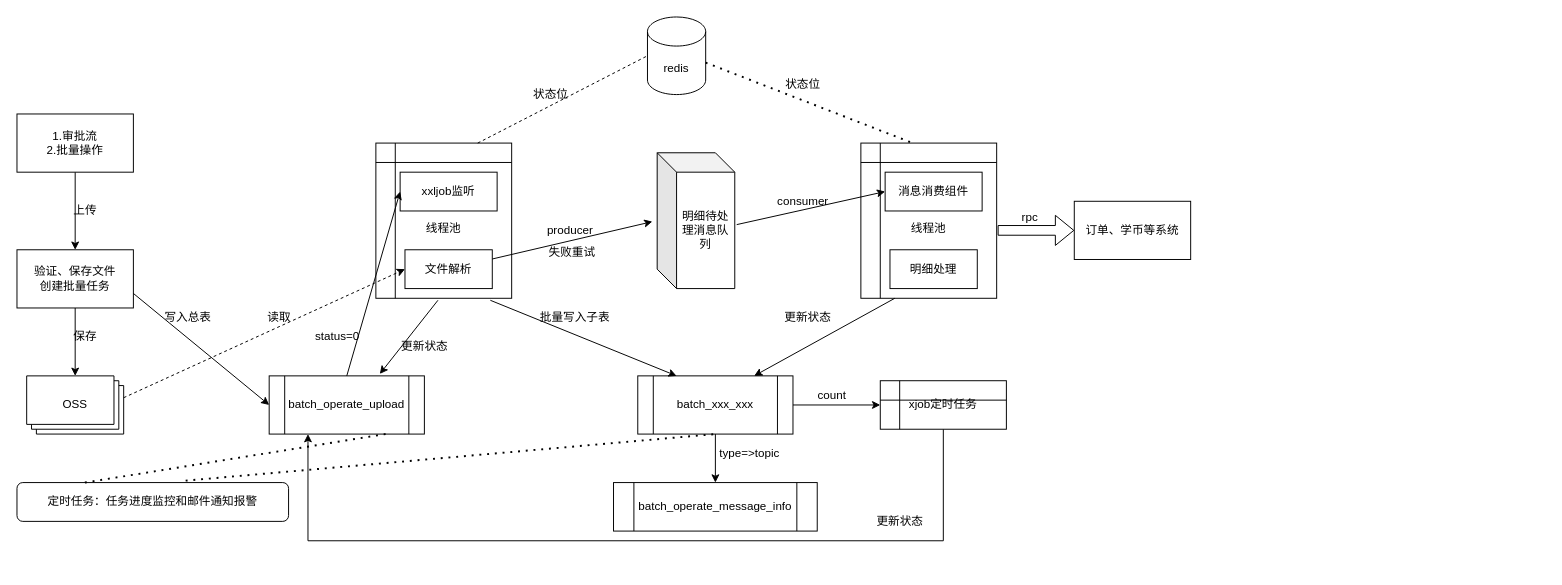
mirai3zZ/mojito keeps this draw.io diagram as batch_operate_upload.drawio. Above is the earlier version. Source tidied: cells renumbered, new cells numbered last; positions are measured from the earlier drawing's top-left corner, leaving out a move shared by most shapes. Both pictures are drawn from the tidied source at 97%, with x=0, y=0 at pixel (16, 16).
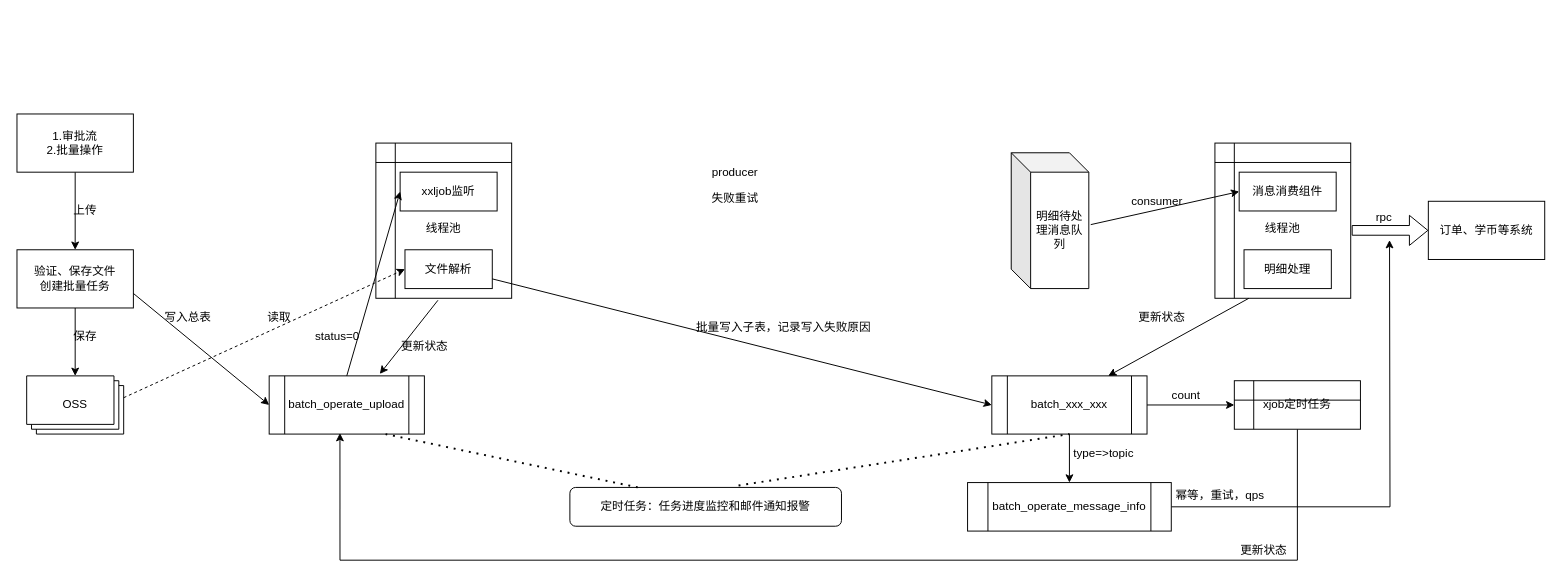
The same diagram, later.

Unchanged cells that the change refers to:
```xml
<mxCell id="9" value="batch_operate_upload" style="shape=process;whiteSpace=wrap;html=1;backgroundOutline=1;" parent="1" vertex="1">
  <mxGeometry x="260" y="370" width="160" height="60" as="geometry" />
</mxCell>
<mxCell id="10" value="&lt;br&gt;线程池&lt;br&gt;" style="shape=internalStorage;whiteSpace=wrap;html=1;backgroundOutline=1;" parent="1" vertex="1">
  <mxGeometry x="370" y="130" width="140" height="160" as="geometry" />
</mxCell>
<mxCell id="13" value="文件解析" style="rounded=0;whiteSpace=wrap;html=1;" parent="1" vertex="1">
  <mxGeometry x="400" y="240" width="90" height="40" as="geometry" />
</mxCell>
```

The edit, as a diff of the source:
```diff
@@
     <mxCell id="21" value="明细待处理消息队列" style="shape=cube;whiteSpace=wrap;html=1;boundedLbl=1;backgroundOutline=1;darkOpacity=0.05;darkOpacity2=0.1;" parent="1" vertex="1">
-      <mxGeometry x="660" y="140" width="80" height="140" as="geometry" />
+      <mxGeometry x="1025" y="140" width="80" height="140" as="geometry" />
     </mxCell>
-    <mxCell id="22" value="redis" style="shape=cylinder3;whiteSpace=wrap;html=1;boundedLbl=1;backgroundOutline=1;size=15;" parent="1" vertex="1">
-      <mxGeometry x="650" width="60" height="80" as="geometry" />
-    </mxCell>
-    <mxCell id="23" style="endArrow=classic;html=1;entryX=-0.062;entryY=0.507;entryDx=0;entryDy=0;entryPerimeter=0;" parent="1" edge="1" source="13" target="21">
-      <mxGeometry relative="1" as="geometry" />
-    </mxCell>
     <mxCell id="24" value="producer" style="text;html=1;align=center;verticalAlign=middle;" parent="1" vertex="1">
-      <mxGeometry x="540" y="210" width="60" height="20" as="geometry" />
+      <mxGeometry x="710" y="150" width="60" height="20" as="geometry" />
     </mxCell>
-    <mxCell id="25" style="endArrow=none;dashed=1;html=1;exitX=0.75;exitY=0;exitDx=0;exitDy=0;entryX=0;entryY=0.5;entryDx=0;entryDy=0;entryPerimeter=0;" parent="1" edge="1" source="10" target="22">
-      <mxGeometry relative="1" as="geometry" />
-    </mxCell>
     <mxCell id="26" value="&lt;br&gt;线程池&lt;br&gt;" style="shape=internalStorage;whiteSpace=wrap;html=1;backgroundOutline=1;" parent="1" vertex="1">
-      <mxGeometry x="870" y="130" width="140" height="160" as="geometry" />
+      <mxGeometry x="1235" y="130" width="140" height="160" as="geometry" />
     </mxCell>
     <mxCell id="27" value="&lt;span&gt;消息消费组件&lt;/span&gt;" style="rounded=0;whiteSpace=wrap;html=1;" parent="1" vertex="1">
-      <mxGeometry x="895" y="160" width="100" height="40" as="geometry" />
+      <mxGeometry x="1260" y="160" width="100" height="40" as="geometry" />
     </mxCell>
     <mxCell id="28" value="明细处理" style="rounded=0;whiteSpace=wrap;html=1;" parent="1" vertex="1">
-      <mxGeometry x="900" y="240" width="90" height="40" as="geometry" />
+      <mxGeometry x="1265" y="240" width="90" height="40" as="geometry" />
     </mxCell>
-    <mxCell id="29" style="endArrow=none;dashed=1;html=1;dashPattern=1 3;strokeWidth=2;exitX=1;exitY=0.588;exitDx=0;exitDy=0;exitPerimeter=0;entryX=0.364;entryY=-0.006;entryDx=0;entryDy=0;entryPerimeter=0;" parent="1" edge="1" source="22" target="26">
-      <mxGeometry relative="1" as="geometry" />
-    </mxCell>
@@
     <mxCell id="31" value="consumer" style="text;html=1;align=center;verticalAlign=middle;" parent="1" vertex="1">
-      <mxGeometry x="775" y="180" width="70" height="20" as="geometry" />
+      <mxGeometry x="1140" y="180" width="70" height="20" as="geometry" />
     </mxCell>
@@
     <mxCell id="34" value="batch_xxx_xxx" style="shape=process;whiteSpace=wrap;html=1;backgroundOutline=1;" parent="1" vertex="1">
-      <mxGeometry x="640" y="370" width="160" height="60" as="geometry" />
+      <mxGeometry x="1005" y="370" width="160" height="60" as="geometry" />
     </mxCell>
-    <mxCell id="35" style="endArrow=classic;html=1;exitX=0.843;exitY=1.013;exitDx=0;exitDy=0;exitPerimeter=0;entryX=0.25;entryY=0;entryDx=0;entryDy=0;" parent="1" edge="1" source="10" target="34">
-      <mxGeometry relative="1" as="geometry" />
-    </mxCell>
-    <mxCell id="36" value="批量写入子表" style="text;html=1;align=center;verticalAlign=middle;" parent="1" vertex="1">
-      <mxGeometry x="530" y="300" width="90" height="20" as="geometry" />
+    <mxCell id="36" value="批量写入子表，记录写入失败原因" style="text;html=1;align=center;verticalAlign=middle;" parent="1" vertex="1">
+      <mxGeometry x="690" y="310" width="200" height="20" as="geometry" />
     </mxCell>
@@
     <mxCell id="38" value="更新状态" style="text;html=1;align=center;verticalAlign=middle;" parent="1" vertex="1">
-      <mxGeometry x="785" y="300" width="60" height="20" as="geometry" />
+      <mxGeometry x="1150" y="300" width="60" height="20" as="geometry" />
     </mxCell>
     <mxCell id="39" value="更新状态" style="text;html=1;align=center;verticalAlign=middle;" parent="1" vertex="1">
-      <mxGeometry x="880" y="510" width="60" height="20" as="geometry" />
+      <mxGeometry x="1255" y="540" width="60" height="20" as="geometry" />
     </mxCell>
     <mxCell id="40" value="定时任务：任务进度监控和邮件通知报警" style="rounded=1;whiteSpace=wrap;html=1;" parent="1" vertex="1">
-      <mxGeometry y="480" width="280" height="40" as="geometry" />
+      <mxGeometry x="570" y="485" width="280" height="40" as="geometry" />
     </mxCell>
@@
-    <mxCell id="44" value="状态位" style="text;html=1;align=center;verticalAlign=middle;" parent="1" vertex="1">
-      <mxGeometry x="525" y="70" width="50" height="20" as="geometry" />
-    </mxCell>
-    <mxCell id="45" value="状态位" style="text;html=1;align=center;verticalAlign=middle;" parent="1" vertex="1">
-      <mxGeometry x="785" y="60" width="50" height="20" as="geometry" />
-    </mxCell>
-    <mxCell id="46" style="edgeStyle=orthogonalEdgeStyle;rounded=0;jettySize=auto;html=1;entryX=0.25;entryY=1;entryDx=0;entryDy=0;" parent="1" edge="1" source="47" target="9">
+    <mxCell id="46" style="edgeStyle=orthogonalEdgeStyle;rounded=0;jettySize=auto;html=1;entryX=0.456;entryY=0.983;entryDx=0;entryDy=0;entryPerimeter=0;" parent="1" edge="1" source="47" target="9">
       <mxGeometry relative="1" as="geometry">
         <Array as="points">
-          <mxPoint x="955" y="540" />
-          <mxPoint x="300" y="540" />
+          <mxPoint x="1320" y="560" />
+          <mxPoint x="333" y="560" />
         </Array>
       </mxGeometry>
     </mxCell>
     <mxCell id="47" value="xjob定时任务" style="shape=internalStorage;whiteSpace=wrap;html=1;backgroundOutline=1;" parent="1" vertex="1">
-      <mxGeometry x="890" y="375" width="130" height="50" as="geometry" />
+      <mxGeometry x="1255" y="375" width="130" height="50" as="geometry" />
     </mxCell>
     <mxCell id="48" value="count" style="text;html=1;align=center;verticalAlign=middle;" parent="1" vertex="1">
-      <mxGeometry x="820" y="380" width="40" height="20" as="geometry" />
+      <mxGeometry x="1185" y="380" width="40" height="20" as="geometry" />
     </mxCell>
+    <mxCell id="55" style="edgeStyle=orthogonalEdgeStyle;rounded=0;jettySize=auto;html=1;" parent="1" edge="1" source="49">
+      <mxGeometry relative="1" as="geometry">
+        <mxPoint x="1415" y="230" as="targetPoint" />
+      </mxGeometry>
+    </mxCell>
     <mxCell id="49" value="batch_operate_message_info" style="shape=process;whiteSpace=wrap;html=1;backgroundOutline=1;" parent="1" vertex="1">
-      <mxGeometry x="615" y="480" width="210" height="50" as="geometry" />
+      <mxGeometry x="980" y="480" width="210" height="50" as="geometry" />
     </mxCell>
     <mxCell id="50" value="type=&amp;gt;topic" style="text;html=1;align=center;verticalAlign=middle;" parent="1" vertex="1">
-      <mxGeometry x="715" y="440" width="80" height="20" as="geometry" />
+      <mxGeometry x="1080" y="440" width="80" height="20" as="geometry" />
     </mxCell>
     <mxCell id="51" value="订单、学币等系统" style="rounded=0;whiteSpace=wrap;html=1;" parent="1" vertex="1">
-      <mxGeometry x="1090" y="190" width="120" height="60" as="geometry" />
+      <mxGeometry x="1455" y="190" width="120" height="60" as="geometry" />
     </mxCell>
     <mxCell id="52" style="shape=flexArrow;endArrow=classic;html=1;entryX=0;entryY=0.5;entryDx=0;entryDy=0;" parent="1" edge="1" target="51">
       <mxGeometry relative="1" as="geometry">
-        <mxPoint x="1011" y="220" as="sourcePoint" />
+        <mxPoint x="1376" y="220" as="sourcePoint" />
       </mxGeometry>
     </mxCell>
     <mxCell id="53" value="rpc" style="text;html=1;align=center;verticalAlign=middle;" parent="1" vertex="1">
-      <mxGeometry x="1029" y="197" width="30" height="20" as="geometry" />
+      <mxGeometry x="1394" y="197" width="30" height="20" as="geometry" />
     </mxCell>
     <mxCell id="54" value="失败重试" style="text;html=1;align=center;verticalAlign=middle;" parent="1" vertex="1">
-      <mxGeometry x="542" y="233" width="60" height="20" as="geometry" />
+      <mxGeometry x="710" y="177" width="60" height="20" as="geometry" />
     </mxCell>
+    <mxCell id="56" value="幂等，重试，qps" style="text;html=1;align=center;verticalAlign=middle;" parent="1" vertex="1">
+      <mxGeometry x="1185" y="483" width="110" height="20" as="geometry" />
+    </mxCell>
+    <mxCell id="57" style="endArrow=classic;html=1;exitX=1;exitY=0.75;exitDx=0;exitDy=0;entryX=0;entryY=0.5;entryDx=0;entryDy=0;" parent="1" edge="1" source="13" target="34">
+      <mxGeometry relative="1" as="geometry" />
+    </mxCell>
```
